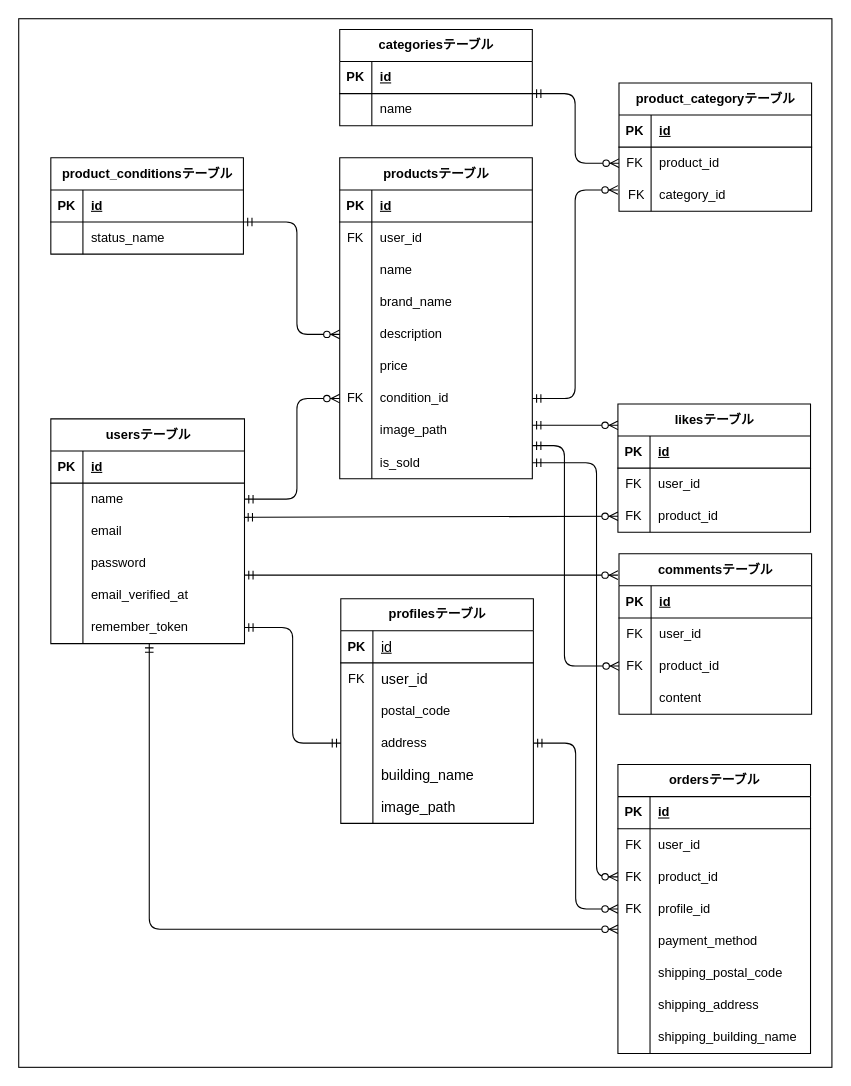
TomoeHayano/furima-app-test keeps this draw.io diagram as er_diagram.drawio. Above is the earlier version. Source tidied: cells renumbered, new cells numbered last; positions are measured from the earlier drawing's top-left corner, leaving out a move shared by most shapes. Both pictures are drawn from the tidied source at 107%, with x=0, y=0 at pixel (18, 18).
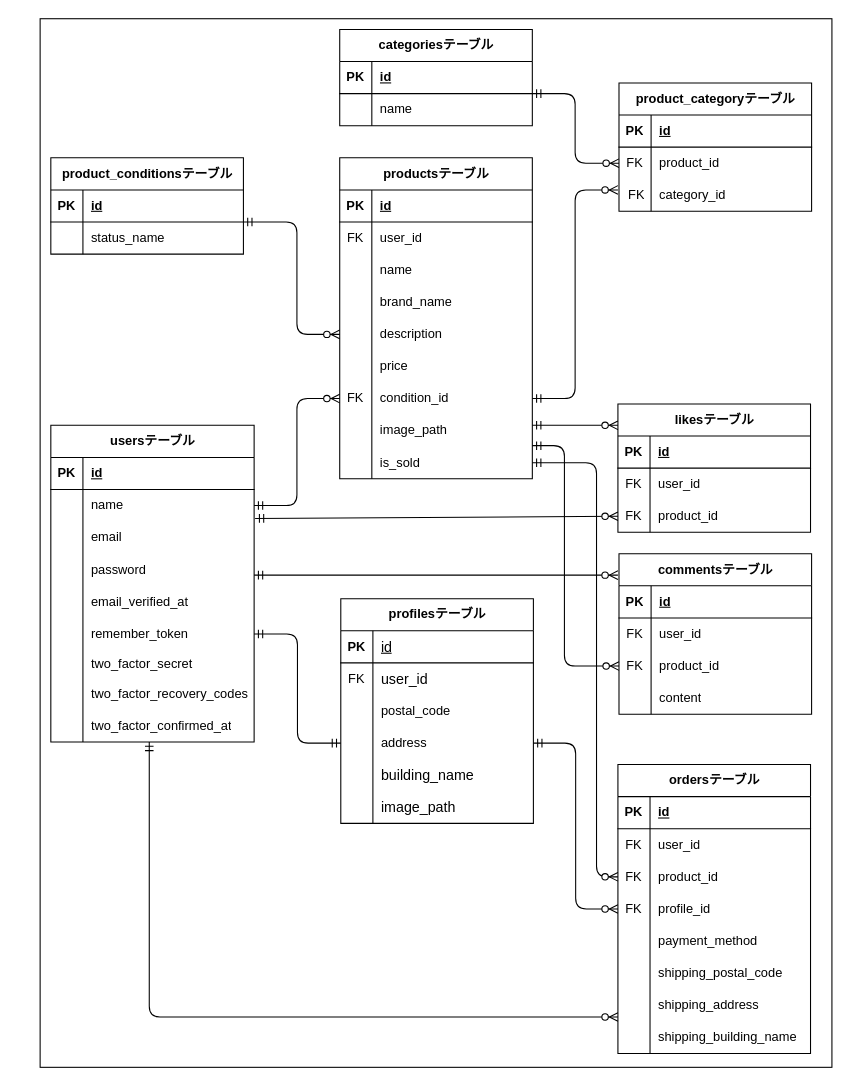
Above is the later version.

Unchanged cells that the change refers to:
```xml
<mxCell id="48" style="shape=tableRow;horizontal=0;startSize=0;swimlaneHead=0;swimlaneBody=0;fillColor=none;points=[[0,0.5],[1,0.5]];portConstraint=eastwest;top=0;left=0;right=0;bottom=0;" parent="29" vertex="1">
  <mxGeometry y="210" width="180" height="30" as="geometry" />
</mxCell>
<mxCell id="74" style="shape=tableRow;horizontal=0;startSize=0;swimlaneHead=0;swimlaneBody=0;fillColor=none;points=[[0,0.5],[1,0.5]];portConstraint=eastwest;top=0;left=0;right=0;bottom=0;" parent="67" vertex="1">
  <mxGeometry y="90" width="180" height="30" as="geometry" />
</mxCell>
```

The edit, as a diff of the source:
```diff
@@
-    <mxCell id="2" style="rounded=0;whiteSpace=wrap;html=1;" parent="1" vertex="1">
-      <mxGeometry width="760" height="980" as="geometry" />
-    </mxCell>
+    <mxCell id="153" style="rounded=0;whiteSpace=wrap;html=1;" parent="1" vertex="1">
+      <mxGeometry x="20" width="740" height="980" as="geometry" />
+    </mxCell>
-    <mxCell id="3" value="usersテーブル" style="shape=table;startSize=30;childLayout=tableLayout;rowLines=0;fontStyle=1;align=center;html=1;" parent="1" vertex="1">
-      <mxGeometry x="30" y="374" width="181" height="210" as="geometry" />
+    <mxCell id="3" value="usersテーブル" style="shape=table;startSize=30;childLayout=tableLayout;rowLines=0;fontStyle=1;align=center;html=1;strokeColor=#000000;" parent="1" vertex="1">
+      <mxGeometry x="30" y="380" width="190" height="296" as="geometry" />
     </mxCell>
-    <mxCell id="4" style="shape=tableRow;horizontal=0;startSize=0;swimlaneHead=0;swimlaneBody=0;fillColor=none;top=0;left=0;right=0;bottom=1;" parent="3" vertex="1">
-      <mxGeometry y="30" width="181" height="30" as="geometry" />
+    <mxCell id="4" style="shape=tableRow;horizontal=0;startSize=0;swimlaneHead=0;swimlaneBody=0;fillColor=none;top=0;left=0;right=0;bottom=1;strokeColor=#000000;" parent="3" vertex="1">
+      <mxGeometry y="30" width="190" height="30" as="geometry" />
     </mxCell>
-    <mxCell id="5" value="PK" style="shape=partialRectangle;fillColor=none;top=0;left=0;bottom=0;right=0;fontStyle=1;overflow=hidden;whiteSpace=wrap;html=1;" parent="4" vertex="1">
+    <mxCell id="5" value="PK" style="shape=partialRectangle;fillColor=none;top=0;left=0;bottom=0;right=0;fontStyle=1;overflow=hidden;whiteSpace=wrap;html=1;strokeColor=#000000;" parent="4" vertex="1">
       <mxGeometry width="30" height="30" as="geometry" />
     </mxCell>
-    <mxCell id="6" value="id" style="shape=partialRectangle;fillColor=none;top=0;left=0;bottom=0;right=0;align=left;spacingLeft=6;fontStyle=5;overflow=hidden;whiteSpace=wrap;html=1;" parent="4" vertex="1">
-      <mxGeometry x="30" width="151" height="30" as="geometry" />
+    <mxCell id="6" value="id" style="shape=partialRectangle;fillColor=none;top=0;left=0;bottom=0;right=0;align=left;spacingLeft=6;fontStyle=5;overflow=hidden;whiteSpace=wrap;html=1;strokeColor=#000000;" parent="4" vertex="1">
+      <mxGeometry x="30" width="160" height="30" as="geometry" />
     </mxCell>
-    <mxCell id="7" style="shape=tableRow;horizontal=0;startSize=0;swimlaneHead=0;swimlaneBody=0;fillColor=none;points=[[0,0.5],[1,0.5]];portConstraint=eastwest;top=0;left=0;right=0;bottom=0;" parent="3" vertex="1">
-      <mxGeometry y="60" width="181" height="30" as="geometry" />
+    <mxCell id="7" style="shape=tableRow;horizontal=0;startSize=0;swimlaneHead=0;swimlaneBody=0;fillColor=none;points=[[0,0.5],[1,0.5]];portConstraint=eastwest;top=0;left=0;right=0;bottom=0;strokeColor=#000000;" parent="3" vertex="1">
+      <mxGeometry y="60" width="190" height="30" as="geometry" />
     </mxCell>
-    <mxCell id="8" style="shape=partialRectangle;fillColor=none;top=0;left=0;bottom=0;right=0;overflow=hidden;whiteSpace=wrap;html=1;" parent="7" vertex="1">
+    <mxCell id="8" style="shape=partialRectangle;fillColor=none;top=0;left=0;bottom=0;right=0;overflow=hidden;whiteSpace=wrap;html=1;strokeColor=#000000;" parent="7" vertex="1">
       <mxGeometry width="30" height="30" as="geometry" />
     </mxCell>
-    <mxCell id="9" value="name" style="shape=partialRectangle;fillColor=none;top=0;left=0;bottom=0;right=0;align=left;spacingLeft=6;overflow=hidden;whiteSpace=wrap;html=1;" parent="7" vertex="1">
-      <mxGeometry x="30" width="151" height="30" as="geometry" />
+    <mxCell id="9" value="name" style="shape=partialRectangle;fillColor=none;top=0;left=0;bottom=0;right=0;align=left;spacingLeft=6;overflow=hidden;whiteSpace=wrap;html=1;strokeColor=#000000;" parent="7" vertex="1">
+      <mxGeometry x="30" width="160" height="30" as="geometry" />
     </mxCell>
-    <mxCell id="10" style="shape=tableRow;horizontal=0;startSize=0;swimlaneHead=0;swimlaneBody=0;fillColor=none;points=[[0,0.5],[1,0.5]];portConstraint=eastwest;top=0;left=0;right=0;bottom=0;" parent="3" vertex="1">
-      <mxGeometry y="90" width="181" height="30" as="geometry" />
+    <mxCell id="10" style="shape=tableRow;horizontal=0;startSize=0;swimlaneHead=0;swimlaneBody=0;fillColor=none;points=[[0,0.5],[1,0.5]];portConstraint=eastwest;top=0;left=0;right=0;bottom=0;strokeColor=#000000;" parent="3" vertex="1">
+      <mxGeometry y="90" width="190" height="30" as="geometry" />
     </mxCell>
-    <mxCell id="11" style="shape=partialRectangle;fillColor=none;top=0;left=0;bottom=0;right=0;overflow=hidden;whiteSpace=wrap;html=1;" parent="10" vertex="1">
+    <mxCell id="11" style="shape=partialRectangle;fillColor=none;top=0;left=0;bottom=0;right=0;overflow=hidden;whiteSpace=wrap;html=1;strokeColor=#000000;" parent="10" vertex="1">
       <mxGeometry width="30" height="30" as="geometry" />
     </mxCell>
-    <mxCell id="12" value="email" style="shape=partialRectangle;fillColor=none;top=0;left=0;bottom=0;right=0;align=left;spacingLeft=6;overflow=hidden;whiteSpace=wrap;html=1;" parent="10" vertex="1">
-      <mxGeometry x="30" width="151" height="30" as="geometry" />
+    <mxCell id="12" value="email" style="shape=partialRectangle;fillColor=none;top=0;left=0;bottom=0;right=0;align=left;spacingLeft=6;overflow=hidden;whiteSpace=wrap;html=1;strokeColor=#000000;" parent="10" vertex="1">
+      <mxGeometry x="30" width="160" height="30" as="geometry" />
     </mxCell>
-    <mxCell id="13" style="shape=tableRow;horizontal=0;startSize=0;swimlaneHead=0;swimlaneBody=0;fillColor=none;top=0;left=0;right=0;bottom=0;" parent="3" vertex="1">
-      <mxGeometry y="120" width="181" height="30" as="geometry" />
+    <mxCell id="13" style="shape=tableRow;horizontal=0;startSize=0;swimlaneHead=0;swimlaneBody=0;fillColor=none;top=0;left=0;right=0;bottom=0;strokeColor=#000000;" parent="3" vertex="1">
+      <mxGeometry y="120" width="190" height="30" as="geometry" />
     </mxCell>
-    <mxCell id="14" style="shape=partialRectangle;fillColor=none;top=0;left=0;bottom=0;right=0;overflow=hidden;whiteSpace=wrap;html=1;" parent="13" vertex="1">
+    <mxCell id="14" style="shape=partialRectangle;fillColor=none;top=0;left=0;bottom=0;right=0;overflow=hidden;whiteSpace=wrap;html=1;strokeColor=#000000;" parent="13" vertex="1">
       <mxGeometry width="30" height="30" as="geometry" />
     </mxCell>
-    <mxCell id="15" value="password" style="shape=partialRectangle;fillColor=none;top=0;left=0;bottom=0;right=0;align=left;spacingLeft=6;overflow=hidden;whiteSpace=wrap;html=1;" parent="13" vertex="1">
-      <mxGeometry x="30" width="151" height="30" as="geometry" />
+    <mxCell id="15" value="password" style="shape=partialRectangle;fillColor=none;top=0;left=0;bottom=0;right=0;align=left;spacingLeft=6;overflow=hidden;whiteSpace=wrap;html=1;strokeColor=#000000;" parent="13" vertex="1">
+      <mxGeometry x="30" width="160" height="30" as="geometry" />
     </mxCell>
-    <mxCell id="16" style="shape=tableRow;horizontal=0;startSize=0;swimlaneHead=0;swimlaneBody=0;fillColor=none;top=0;left=0;right=0;bottom=0;" parent="3" vertex="1">
-      <mxGeometry y="150" width="181" height="30" as="geometry" />
+    <mxCell id="16" style="shape=tableRow;horizontal=0;startSize=0;swimlaneHead=0;swimlaneBody=0;fillColor=none;top=0;left=0;right=0;bottom=0;strokeColor=#000000;" parent="3" vertex="1">
+      <mxGeometry y="150" width="190" height="30" as="geometry" />
     </mxCell>
-    <mxCell id="17" style="shape=partialRectangle;fillColor=none;top=0;left=0;bottom=0;right=0;overflow=hidden;whiteSpace=wrap;html=1;" parent="16" vertex="1">
+    <mxCell id="17" style="shape=partialRectangle;fillColor=none;top=0;left=0;bottom=0;right=0;overflow=hidden;whiteSpace=wrap;html=1;strokeColor=#000000;" parent="16" vertex="1">
       <mxGeometry width="30" height="30" as="geometry" />
     </mxCell>
-    <mxCell id="18" value="email_verified_at" style="shape=partialRectangle;fillColor=none;top=0;left=0;bottom=0;right=0;align=left;spacingLeft=6;overflow=hidden;whiteSpace=wrap;html=1;" parent="16" vertex="1">
-      <mxGeometry x="30" width="151" height="30" as="geometry" />
+    <mxCell id="18" value="email_verified_at" style="shape=partialRectangle;fillColor=none;top=0;left=0;bottom=0;right=0;align=left;spacingLeft=6;overflow=hidden;whiteSpace=wrap;html=1;strokeColor=#000000;" parent="16" vertex="1">
+      <mxGeometry x="30" width="160" height="30" as="geometry" />
     </mxCell>
-    <mxCell id="19" style="shape=tableRow;horizontal=0;startSize=0;swimlaneHead=0;swimlaneBody=0;fillColor=none;points=[[0,0.5],[1,0.5]];portConstraint=eastwest;top=0;left=0;right=0;bottom=0;" parent="3" vertex="1">
-      <mxGeometry y="180" width="181" height="30" as="geometry" />
+    <mxCell id="19" style="shape=tableRow;horizontal=0;startSize=0;swimlaneHead=0;swimlaneBody=0;fillColor=none;points=[[0,0.5],[1,0.5]];portConstraint=eastwest;top=0;left=0;right=0;bottom=0;strokeColor=#000000;" parent="3" vertex="1">
+      <mxGeometry y="180" width="190" height="30" as="geometry" />
     </mxCell>
-    <mxCell id="20" style="shape=partialRectangle;fillColor=none;top=0;left=0;bottom=0;right=0;overflow=hidden;whiteSpace=wrap;html=1;" parent="19" vertex="1">
+    <mxCell id="20" style="shape=partialRectangle;fillColor=none;top=0;left=0;bottom=0;right=0;overflow=hidden;whiteSpace=wrap;html=1;strokeColor=#000000;" parent="19" vertex="1">
       <mxGeometry width="30" height="30" as="geometry" />
     </mxCell>
-    <mxCell id="21" value="remember_token" style="shape=partialRectangle;fillColor=none;top=0;left=0;bottom=0;right=0;align=left;spacingLeft=6;overflow=hidden;whiteSpace=wrap;html=1;" parent="19" vertex="1">
-      <mxGeometry x="30" width="151" height="30" as="geometry" />
+    <mxCell id="21" value="remember_token" style="shape=partialRectangle;fillColor=none;top=0;left=0;bottom=0;right=0;align=left;spacingLeft=6;overflow=hidden;whiteSpace=wrap;html=1;strokeColor=#000000;" parent="19" vertex="1">
+      <mxGeometry x="30" width="160" height="30" as="geometry" />
     </mxCell>
+    <mxCell id="154" style="shape=tableRow;horizontal=0;startSize=0;swimlaneHead=0;swimlaneBody=0;fillColor=none;top=0;left=0;right=0;bottom=0;strokeColor=#000000;" parent="3" vertex="1">
+      <mxGeometry y="210" width="190" height="26" as="geometry" />
+    </mxCell>
+    <mxCell id="155" style="shape=partialRectangle;fillColor=none;top=0;left=0;bottom=0;right=0;overflow=hidden;whiteSpace=wrap;html=1;strokeColor=#000000;" parent="154" vertex="1">
+      <mxGeometry width="30" height="26" as="geometry" />
+    </mxCell>
+    <mxCell id="156" value="&lt;span style=&quot;color: rgb(0, 0, 0);&quot;&gt;two_factor_secret&lt;/span&gt;" style="shape=partialRectangle;fillColor=none;top=0;left=0;bottom=0;right=0;align=left;spacingLeft=6;overflow=hidden;whiteSpace=wrap;html=1;strokeColor=#000000;" parent="154" vertex="1">
+      <mxGeometry x="30" width="160" height="26" as="geometry" />
+    </mxCell>
+    <mxCell id="157" style="shape=tableRow;horizontal=0;startSize=0;swimlaneHead=0;swimlaneBody=0;fillColor=none;top=0;left=0;right=0;bottom=0;strokeColor=#000000;" parent="3" vertex="1">
+      <mxGeometry y="236" width="190" height="30" as="geometry" />
+    </mxCell>
+    <mxCell id="158" style="shape=partialRectangle;fillColor=none;top=0;left=0;bottom=0;right=0;overflow=hidden;whiteSpace=wrap;html=1;strokeColor=#000000;" parent="157" vertex="1">
+      <mxGeometry width="30" height="30" as="geometry" />
+    </mxCell>
+    <mxCell id="159" value="&lt;span style=&quot;color: rgb(0, 0, 0);&quot;&gt;two_factor_recovery_codes&lt;/span&gt;" style="shape=partialRectangle;fillColor=none;top=0;left=0;bottom=0;right=0;align=left;spacingLeft=6;overflow=hidden;whiteSpace=wrap;html=1;strokeColor=#000000;" parent="157" vertex="1">
+      <mxGeometry x="30" width="160" height="30" as="geometry" />
+    </mxCell>
+    <mxCell id="160" style="shape=tableRow;horizontal=0;startSize=0;swimlaneHead=0;swimlaneBody=0;fillColor=none;top=0;left=0;right=0;bottom=0;strokeColor=#000000;" parent="3" vertex="1">
+      <mxGeometry y="266" width="190" height="30" as="geometry" />
+    </mxCell>
+    <mxCell id="161" style="shape=partialRectangle;fillColor=none;top=0;left=0;bottom=0;right=0;overflow=hidden;whiteSpace=wrap;html=1;strokeColor=#000000;" parent="160" vertex="1">
+      <mxGeometry width="30" height="30" as="geometry" />
+    </mxCell>
+    <mxCell id="162" value="two_factor_confirmed_at" style="shape=partialRectangle;fillColor=none;top=0;left=0;bottom=0;right=0;align=left;spacingLeft=6;overflow=hidden;whiteSpace=wrap;html=1;strokeColor=#000000;" parent="160" vertex="1">
+      <mxGeometry x="30" width="160" height="30" as="geometry" />
+    </mxCell>
@@
     <mxCell id="143" style="edgeStyle=orthogonalEdgeStyle;fontSize=12;html=1;endArrow=ERzeroToMany;startArrow=ERmandOne;entryX=0;entryY=0.5;entryDx=0;entryDy=0;exitX=1;exitY=0.5;exitDx=0;exitDy=0;" parent="1" edge="1" source="7" target="48">
       <mxGeometry relative="1" as="geometry">
         <Array as="points">
-          <mxPoint x="260" y="449" />
+          <mxPoint x="260" y="455" />
           <mxPoint x="260" y="355" />
         </Array>
       </mxGeometry>
     </mxCell>
@@
     <mxCell id="150" style="edgeStyle=orthogonalEdgeStyle;fontSize=12;html=1;endArrow=ERzeroToMany;startArrow=ERmandOne;elbow=vertical;entryX=0;entryY=0.5;entryDx=0;entryDy=0;" parent="1" edge="1">
       <mxGeometry relative="1" as="geometry">
-        <mxPoint x="122" y="584" as="sourcePoint" />
-        <mxPoint x="560" y="851" as="targetPoint" />
+        <mxPoint x="122" y="676" as="sourcePoint" />
+        <mxPoint x="560" y="933" as="targetPoint" />
         <Array as="points">
-          <mxPoint x="122" y="851" />
+          <mxPoint x="122" y="933" />
         </Array>
       </mxGeometry>
     </mxCell>
     <mxCell id="151" style="edgeStyle=entityRelationEdgeStyle;fontSize=12;html=1;endArrow=ERzeroToMany;startArrow=ERmandOne;" parent="1" edge="1">
       <mxGeometry relative="1" as="geometry">
-        <mxPoint x="211" y="520" as="sourcePoint" />
+        <mxPoint x="220" y="520" as="sourcePoint" />
         <mxPoint x="560" y="520" as="targetPoint" />
       </mxGeometry>
     </mxCell>
-    <mxCell id="152" style="fontSize=12;html=1;endArrow=ERzeroToMany;startArrow=ERmandOne;entryX=0;entryY=0.5;entryDx=0;entryDy=0;exitX=0.997;exitY=0.067;exitDx=0;exitDy=0;exitPerimeter=0;" parent="1" edge="1" source="10" target="74">
+    <mxCell id="152" style="fontSize=12;html=1;endArrow=ERzeroToMany;startArrow=ERmandOne;entryX=0;entryY=0.5;entryDx=0;entryDy=0;exitX=1.005;exitY=0.9;exitDx=0;exitDy=0;exitPerimeter=0;" parent="1" edge="1" source="7" target="74">
       <mxGeometry relative="1" as="geometry" />
     </mxCell>
```
